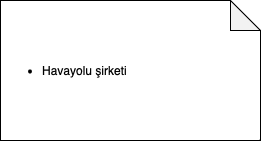
This is HavayoluSistemDiagram.drawio.png from emrecivann/patika-oop, a draw.io export, as it was before one commit. Source tidied: cells renumbered, new cells last; positions are measured from the earlier drawing's top-left corner, leaving out a move shared by most shapes.
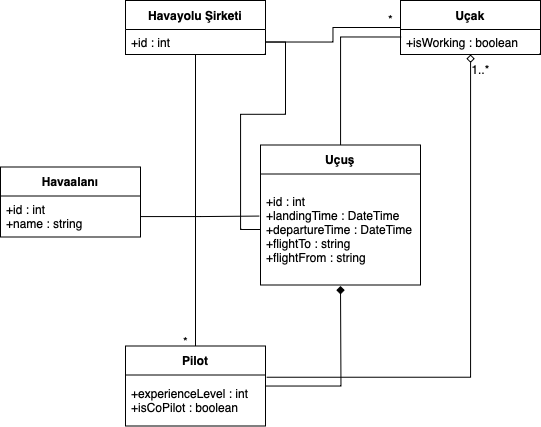
The same diagram one commit later.

The edit, as a diff of the source:
```diff
@@ -2,8 +2,67 @@
   <root>
     <mxCell id="0" />
     <mxCell id="1" parent="0" />
-    <mxCell id="2" value="&lt;ul&gt;&lt;li&gt;Havayolu şirketi&lt;br&gt;&lt;/li&gt;&lt;/ul&gt;" style="shape=note;whiteSpace=wrap;html=1;backgroundOutline=1;darkOpacity=0.05;align=left;" parent="1" vertex="1">
-      <mxGeometry width="260" height="140" as="geometry" />
-    </mxCell>
+    <mxCell id="3" style="edgeStyle=orthogonalEdgeStyle;rounded=0;jettySize=auto;html=1;entryX=0.5;entryY=0;entryDx=0;entryDy=0;endArrow=none;endFill=0;" parent="1" edge="1" source="4" target="14">
+      <mxGeometry relative="1" as="geometry" />
+    </mxCell>
+    <mxCell id="4" value="Havayolu Şirketi" style="swimlane;fontStyle=1;align=center;verticalAlign=middle;horizontal=1;startSize=29;html=1;whiteSpace=wrap;" parent="1" vertex="1">
+      <mxGeometry x="220" y="230" width="140" height="54" as="geometry" />
+    </mxCell>
+    <mxCell id="5" value="+id : int" style="text;html=1;strokeColor=none;fillColor=none;align=left;verticalAlign=middle;spacingLeft=4;spacingRight=4;overflow=hidden;points=[[0,0.5],[1,0.5]];portConstraint=eastwest;whiteSpace=wrap;" parent="4" vertex="1">
+      <mxGeometry y="29" width="140" height="25" as="geometry" />
+    </mxCell>
+    <mxCell id="6" value="Uçuş" style="swimlane;fontStyle=1;align=center;verticalAlign=middle;horizontal=1;startSize=29;html=1;whiteSpace=wrap;" parent="1" vertex="1">
+      <mxGeometry x="355" y="374.5" width="160" height="140" as="geometry" />
+    </mxCell>
+    <mxCell id="7" value="+id : int&lt;br&gt;+landingTime : DateTime&lt;br&gt;+departureTime : DateTime&lt;br&gt;+flightTo : string&lt;br&gt;+flightFrom : string" style="text;html=1;strokeColor=none;fillColor=none;align=left;verticalAlign=middle;spacingLeft=4;spacingRight=4;overflow=hidden;points=[[0,0.5],[1,0.5]];portConstraint=eastwest;whiteSpace=wrap;" parent="6" vertex="1">
+      <mxGeometry y="29" width="160" height="111" as="geometry" />
+    </mxCell>
+    <mxCell id="8" value="Havaalanı" style="swimlane;fontStyle=1;align=center;verticalAlign=middle;horizontal=1;startSize=29;html=1;whiteSpace=wrap;" parent="1" vertex="1">
+      <mxGeometry x="95" y="396.5" width="140" height="70" as="geometry" />
+    </mxCell>
+    <mxCell id="9" value="+id : int&lt;br&gt;+name : string" style="text;html=1;strokeColor=none;fillColor=none;align=left;verticalAlign=middle;spacingLeft=4;spacingRight=4;overflow=hidden;points=[[0,0.5],[1,0.5]];portConstraint=eastwest;whiteSpace=wrap;" parent="8" vertex="1">
+      <mxGeometry y="29" width="140" height="41" as="geometry" />
+    </mxCell>
+    <mxCell id="10" style="edgeStyle=orthogonalEdgeStyle;rounded=0;jettySize=auto;html=1;entryX=1;entryY=0.5;entryDx=0;entryDy=0;endArrow=none;endFill=0;" parent="1" edge="1" source="11" target="5">
+      <mxGeometry relative="1" as="geometry" />
+    </mxCell>
+    <mxCell id="11" value="Uçak" style="swimlane;fontStyle=1;align=center;verticalAlign=middle;horizontal=1;startSize=29;html=1;whiteSpace=wrap;strokeColor=default;" parent="1" vertex="1">
+      <mxGeometry x="495" y="230" width="140" height="54" as="geometry" />
+    </mxCell>
+    <mxCell id="12" value="+isWorking : boolean" style="text;html=1;strokeColor=default;fillColor=none;align=left;verticalAlign=middle;spacingLeft=4;spacingRight=4;overflow=hidden;points=[[0,0.5],[1,0.5]];portConstraint=eastwest;whiteSpace=wrap;" parent="11" vertex="1">
+      <mxGeometry y="29" width="140" height="25" as="geometry" />
+    </mxCell>
+    <mxCell id="13" style="edgeStyle=orthogonalEdgeStyle;rounded=0;jettySize=auto;html=1;endArrow=diamond;endFill=1;" parent="1" edge="1" source="14">
+      <mxGeometry relative="1" as="geometry">
+        <mxPoint x="435" y="515.5" as="targetPoint" />
+      </mxGeometry>
+    </mxCell>
+    <mxCell id="14" value="Pilot" style="swimlane;fontStyle=1;align=center;verticalAlign=middle;horizontal=1;startSize=29;html=1;whiteSpace=wrap;" parent="1" vertex="1">
+      <mxGeometry x="220" y="575.5" width="140" height="80" as="geometry" />
+    </mxCell>
+    <mxCell id="15" value="+experienceLevel : int&lt;br&gt;+isCoPilot : boolean" style="text;html=1;strokeColor=none;fillColor=none;align=left;verticalAlign=middle;spacingLeft=4;spacingRight=4;overflow=hidden;points=[[0,0.5],[1,0.5]];portConstraint=eastwest;whiteSpace=wrap;" parent="14" vertex="1">
+      <mxGeometry y="29" width="140" height="51" as="geometry" />
+    </mxCell>
+    <mxCell id="16" value="*" style="text;html=1;align=center;verticalAlign=middle;strokeColor=none;fillColor=none;" parent="1" vertex="1">
+      <mxGeometry x="265" y="555.5" width="30" height="30" as="geometry" />
+    </mxCell>
+    <mxCell id="17" style="edgeStyle=orthogonalEdgeStyle;rounded=0;jettySize=auto;html=1;entryX=1.008;entryY=0.044;entryDx=0;entryDy=0;entryPerimeter=0;endArrow=none;endFill=0;startArrow=diamond;startFill=0;" parent="1" edge="1" source="11" target="15">
+      <mxGeometry relative="1" as="geometry" />
+    </mxCell>
+    <mxCell id="18" value="1..*" style="text;html=1;align=center;verticalAlign=middle;strokeColor=none;fillColor=none;" parent="1" vertex="1">
+      <mxGeometry x="555" y="284" width="40" height="30" as="geometry" />
+    </mxCell>
+    <mxCell id="19" value="*" style="text;html=1;align=center;verticalAlign=middle;strokeColor=none;fillColor=none;" parent="1" vertex="1">
+      <mxGeometry x="470" y="233.5" width="30" height="30" as="geometry" />
+    </mxCell>
+    <mxCell id="20" style="edgeStyle=orthogonalEdgeStyle;rounded=0;jettySize=auto;html=1;entryX=0.005;entryY=0.3;entryDx=0;entryDy=0;entryPerimeter=0;endArrow=none;endFill=0;" parent="1" edge="1" source="6" target="12">
+      <mxGeometry relative="1" as="geometry" />
+    </mxCell>
+    <mxCell id="21" style="edgeStyle=orthogonalEdgeStyle;rounded=0;jettySize=auto;html=1;anchorPointDirection=1;noJump=0;endArrow=none;endFill=0;" parent="1" edge="1" source="5" target="7">
+      <mxGeometry relative="1" as="geometry" />
+    </mxCell>
+    <mxCell id="22" style="edgeStyle=orthogonalEdgeStyle;rounded=0;jettySize=auto;html=1;entryX=-0.007;entryY=0.379;entryDx=0;entryDy=0;entryPerimeter=0;endArrow=none;endFill=0;" parent="1" edge="1" source="9" target="7">
+      <mxGeometry relative="1" as="geometry" />
+    </mxCell>
   </root>
 </mxGraphModel>
```
